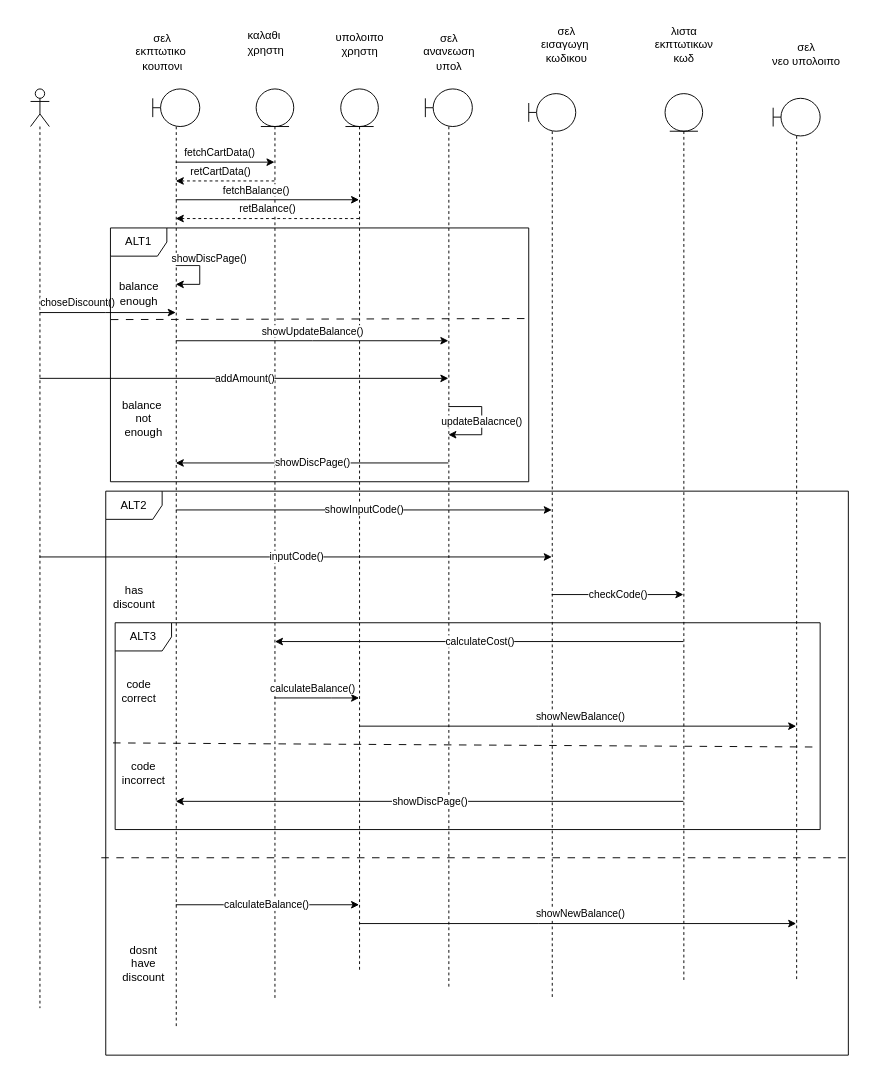
Earlier version of the draw.io diagram ΠΕΜΠΤΟ ΠΑΡΑΔΟΤΕΟ/ΔΙΟΡΘΩΣΕΙΣ ΠΡΟΗΓΟΥΜΕΝΩΝ ΠΑΡΑΔΟΤΕΩΝ/Sequence-diagrams-v0.2/sd_πληρωμή_παραγγελίας.drawio (Dionkaps/Eu-Zin). Source tidied: cells renumbered, new cells numbered last; positions are measured from the earlier drawing's top-left corner, leaving out a move shared by most shapes. Both pictures are drawn from the tidied source at 94%, with x=0, y=0 at pixel (30, 16).
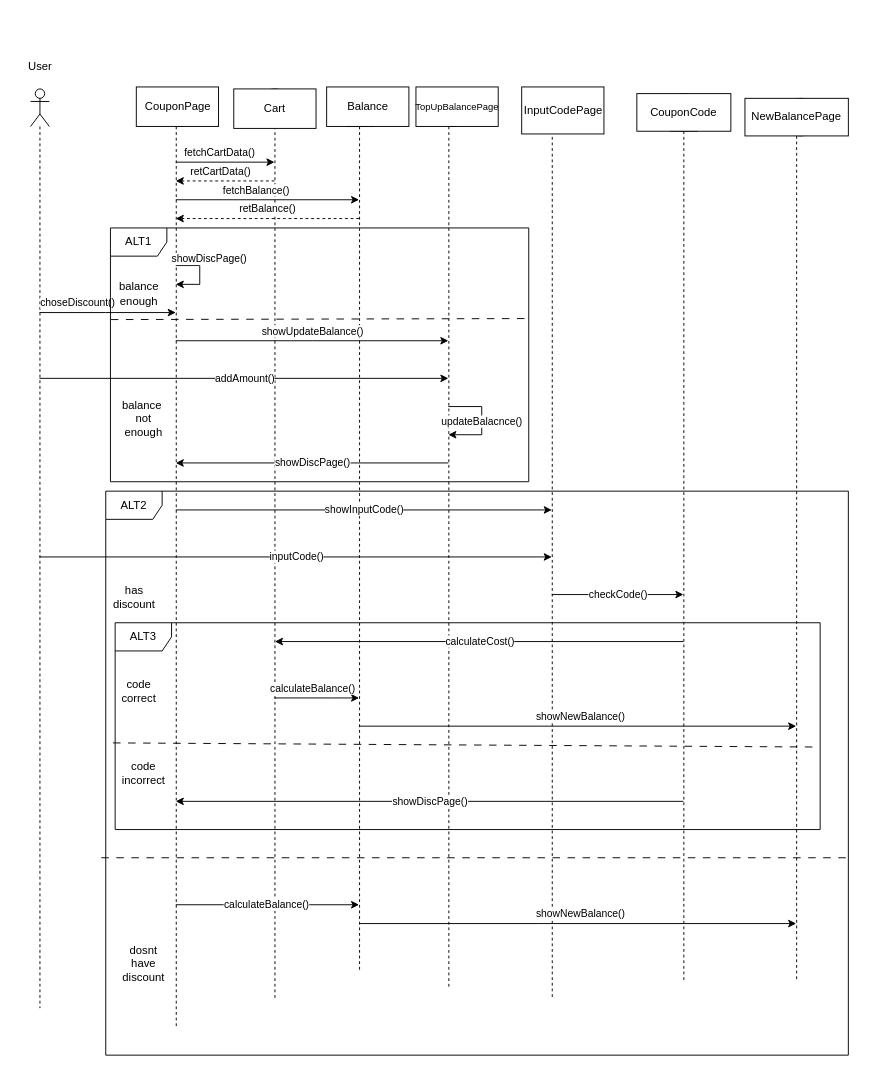
Above is the later version.

Diff of the diagram source:
```diff
@@
-    <mxCell id="10" value="σελ&lt;br&gt;εκπτωτικο&amp;nbsp;&lt;br&gt;κουπονι" style="text;html=1;align=center;verticalAlign=middle;strokeColor=none;fillColor=none;" parent="1" vertex="1">
-      <mxGeometry x="100" y="8" width="80" height="60" as="geometry" />
-    </mxCell>
-    <mxCell id="11" value="καλαθι&amp;nbsp;&lt;br&gt;χρηστη" style="text;html=1;align=center;verticalAlign=middle;strokeColor=none;fillColor=none;" parent="1" vertex="1">
-      <mxGeometry x="220" y="8" width="60" height="40" as="geometry" />
-    </mxCell>
-    <mxCell id="12" value="υπολοιπο&lt;br&gt;χρηστη" style="text;html=1;align=center;verticalAlign=middle;strokeColor=none;fillColor=none;" parent="1" vertex="1">
-      <mxGeometry x="315" y="10" width="70" height="40" as="geometry" />
-    </mxCell>
-    <mxCell id="13" value="σελ&lt;br&gt;ανανεωση&lt;br&gt;υπολ" style="text;html=1;align=center;verticalAlign=middle;strokeColor=none;fillColor=none;" parent="1" vertex="1">
-      <mxGeometry x="405" y="8" width="80" height="60" as="geometry" />
-    </mxCell>
-    <mxCell id="14" value="σελ&lt;br&gt;εισαγωγη&amp;nbsp;&lt;br&gt;κωδικου" style="text;html=1;align=center;verticalAlign=middle;strokeColor=none;fillColor=none;" parent="1" vertex="1">
-      <mxGeometry x="530" width="80" height="60" as="geometry" />
-    </mxCell>
-    <mxCell id="15" value="λιστα&lt;br&gt;εκπτωτικων&lt;br&gt;κωδ" style="text;html=1;align=center;verticalAlign=middle;strokeColor=none;fillColor=none;" parent="1" vertex="1">
-      <mxGeometry x="650" width="90" height="60" as="geometry" />
-    </mxCell>
-    <mxCell id="16" value="σελ&lt;br&gt;νεο υπολοιπο" style="text;html=1;align=center;verticalAlign=middle;strokeColor=none;fillColor=none;" parent="1" vertex="1">
-      <mxGeometry x="775" y="20" width="100" height="40" as="geometry" />
-    </mxCell>
@@
+    <mxCell id="48" value="User" style="text;html=1;align=center;verticalAlign=middle;strokeColor=none;fillColor=none;" parent="1" vertex="1">
+      <mxGeometry x="-15" y="38" width="50" height="30" as="geometry" />
+    </mxCell>
+    <mxCell id="49" value="CouponPage" style="rounded=0;whiteSpace=wrap;html=1;" parent="1" vertex="1">
+      <mxGeometry x="112.5" y="75" width="87.5" height="42" as="geometry" />
+    </mxCell>
+    <mxCell id="50" value="Cart" style="rounded=0;whiteSpace=wrap;html=1;" parent="1" vertex="1">
+      <mxGeometry x="216.2" y="77.1" width="87.5" height="42" as="geometry" />
+    </mxCell>
+    <mxCell id="51" value="Balance" style="rounded=0;whiteSpace=wrap;html=1;" parent="1" vertex="1">
+      <mxGeometry x="315" y="75" width="87.5" height="42" as="geometry" />
+    </mxCell>
+    <mxCell id="52" value="TopUpBalancePage" style="rounded=0;whiteSpace=wrap;html=1;fontSize=10;" parent="1" vertex="1">
+      <mxGeometry x="410" y="75" width="87.5" height="42" as="geometry" />
+    </mxCell>
+    <mxCell id="53" value="InputCodePage" style="rounded=0;whiteSpace=wrap;html=1;" parent="1" vertex="1">
+      <mxGeometry x="522.5" y="75" width="87.5" height="50" as="geometry" />
+    </mxCell>
+    <mxCell id="54" value="CouponCode" style="rounded=0;whiteSpace=wrap;html=1;" parent="1" vertex="1">
+      <mxGeometry x="645" y="82.1" width="100" height="40" as="geometry" />
+    </mxCell>
+    <mxCell id="55" value="NewBalancePage" style="rounded=0;whiteSpace=wrap;html=1;" parent="1" vertex="1">
+      <mxGeometry x="760" y="87.1" width="110" height="40" as="geometry" />
+    </mxCell>
```
